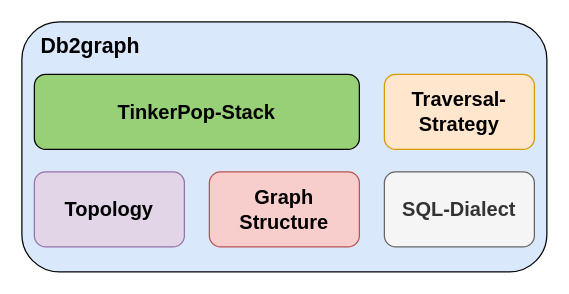
This is images/db2graph_components.drawio from RobbyRed98/master-thesis, a draw.io file, before an edit. Source tidied: cells renumbered, new cells numbered last; positions are measured from the earlier drawing's top-left corner, leaving out a move shared by most shapes. Both pictures are drawn from the tidied source at 125%, with x=0, y=0 at pixel (21, 21).
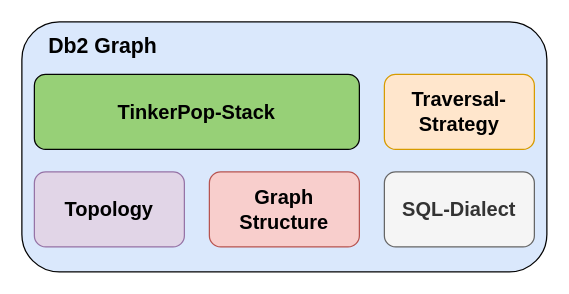
The same page after the edit.

Commit message (it also covers changes not shown here):
made Db2graph -> Db2 Graph

Change to the diagram source:
```diff
@@
 <mxGraphModel>
   <root>
     <mxCell id="0" />
     <mxCell id="1" parent="0" />
     <mxCell id="2" style="rounded=1;whiteSpace=wrap;html=1;fillColor=#dae8fc;strokeColor=#030303;" parent="1" vertex="1">
       <mxGeometry width="420" height="200" as="geometry" />
     </mxCell>
-    <mxCell id="3" value="&lt;b&gt;&lt;font style=&quot;font-size: 17px&quot;&gt;Db2graph&lt;/font&gt;&lt;/b&gt;" style="text;html=1;strokeColor=none;fillColor=none;align=center;verticalAlign=middle;whiteSpace=wrap;rounded=0;" parent="1" vertex="1">
-      <mxGeometry x="20" y="10" width="70" height="20" as="geometry" />
+    <mxCell id="3" value="&lt;b&gt;&lt;font style=&quot;font-size: 17px&quot;&gt;Db2 Graph&lt;/font&gt;&lt;/b&gt;" style="text;html=1;strokeColor=none;fillColor=none;align=center;verticalAlign=middle;whiteSpace=wrap;rounded=0;" parent="1" vertex="1">
+      <mxGeometry x="20" y="10" width="90" height="20" as="geometry" />
     </mxCell>
     <mxCell id="4" value="&lt;b&gt;&lt;font style=&quot;font-size: 16px&quot;&gt;TinkerPop-Stack&lt;/font&gt;&lt;/b&gt;" style="rounded=1;whiteSpace=wrap;html=1;fillColor=#97D077;strokeColor=#030303;" parent="1" vertex="1">
       <mxGeometry x="10" y="42" width="260" height="60" as="geometry" />
     </mxCell>
     <mxCell id="5" value="&lt;b style=&quot;font-size: 16px&quot;&gt;Topology&lt;/b&gt;" style="rounded=1;whiteSpace=wrap;html=1;strokeColor=#9673a6;fillColor=#e1d5e7;" parent="1" vertex="1">
       <mxGeometry x="10" y="120" width="120" height="60" as="geometry" />
     </mxCell>
     <mxCell id="6" value="&lt;b style=&quot;font-size: 16px&quot;&gt;Graph Structure&lt;/b&gt;" style="rounded=1;whiteSpace=wrap;html=1;strokeColor=#b85450;fillColor=#f8cecc;" parent="1" vertex="1">
       <mxGeometry x="150" y="120" width="120" height="60" as="geometry" />
     </mxCell>
     <mxCell id="7" value="&lt;span style=&quot;font-size: 16px&quot;&gt;&lt;b&gt;SQL-Dialect&lt;/b&gt;&lt;/span&gt;" style="rounded=1;whiteSpace=wrap;html=1;strokeColor=#666666;fillColor=#f5f5f5;fontColor=#333333;" parent="1" vertex="1">
       <mxGeometry x="290" y="120" width="120" height="60" as="geometry" />
     </mxCell>
     <mxCell id="8" value="&lt;span style=&quot;font-size: 16px&quot;&gt;&lt;b&gt;Traversal-Strategy&lt;/b&gt;&lt;/span&gt;" style="rounded=1;whiteSpace=wrap;html=1;strokeColor=#d79b00;fillColor=#ffe6cc;" parent="1" vertex="1">
       <mxGeometry x="290" y="42" width="120" height="60" as="geometry" />
     </mxCell>
   </root>
 </mxGraphModel>
```
